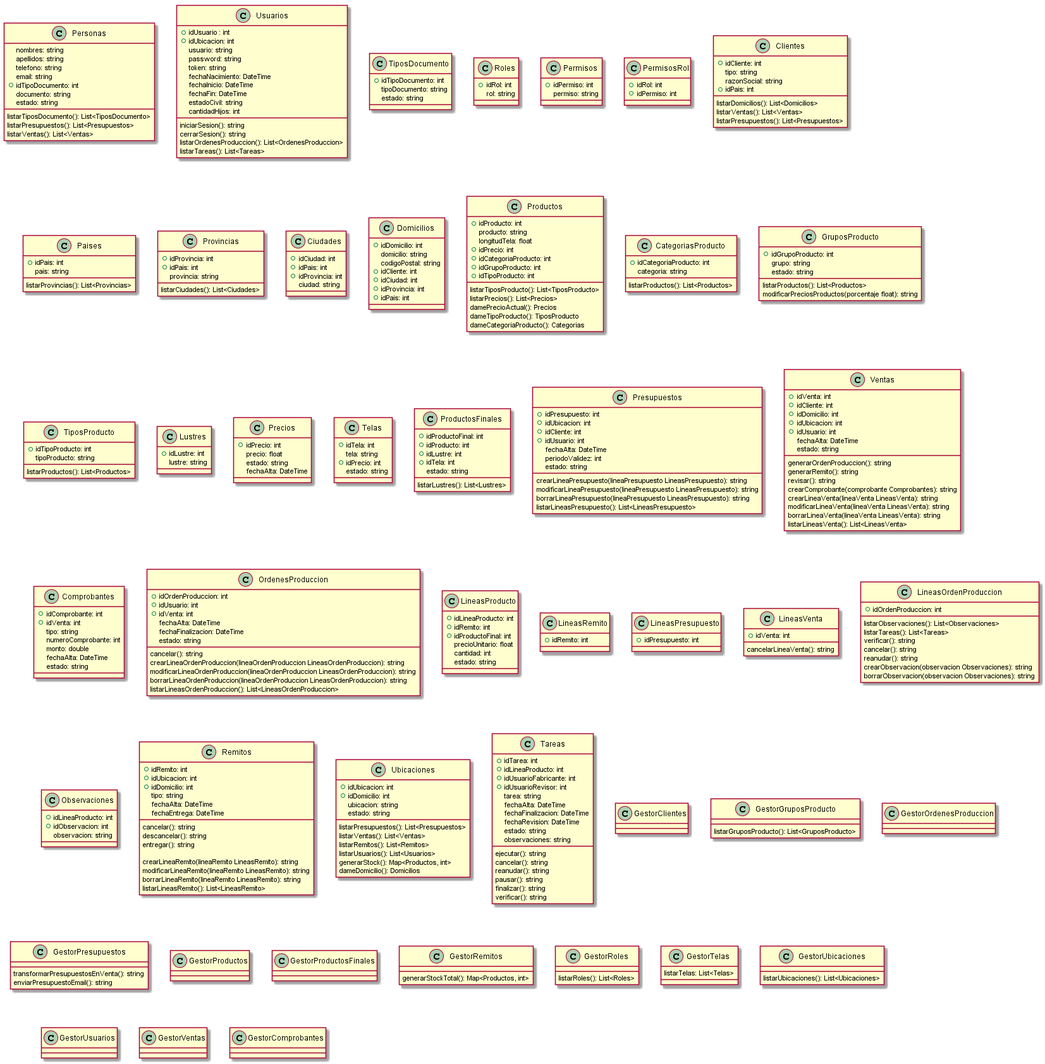
The PlantUML diagram Informe Final/Imagenes/DiagramaClases/Vistas/fichaTecnicaClases.png in ZMGestion/DocumentacionZMGestion, before a commit.
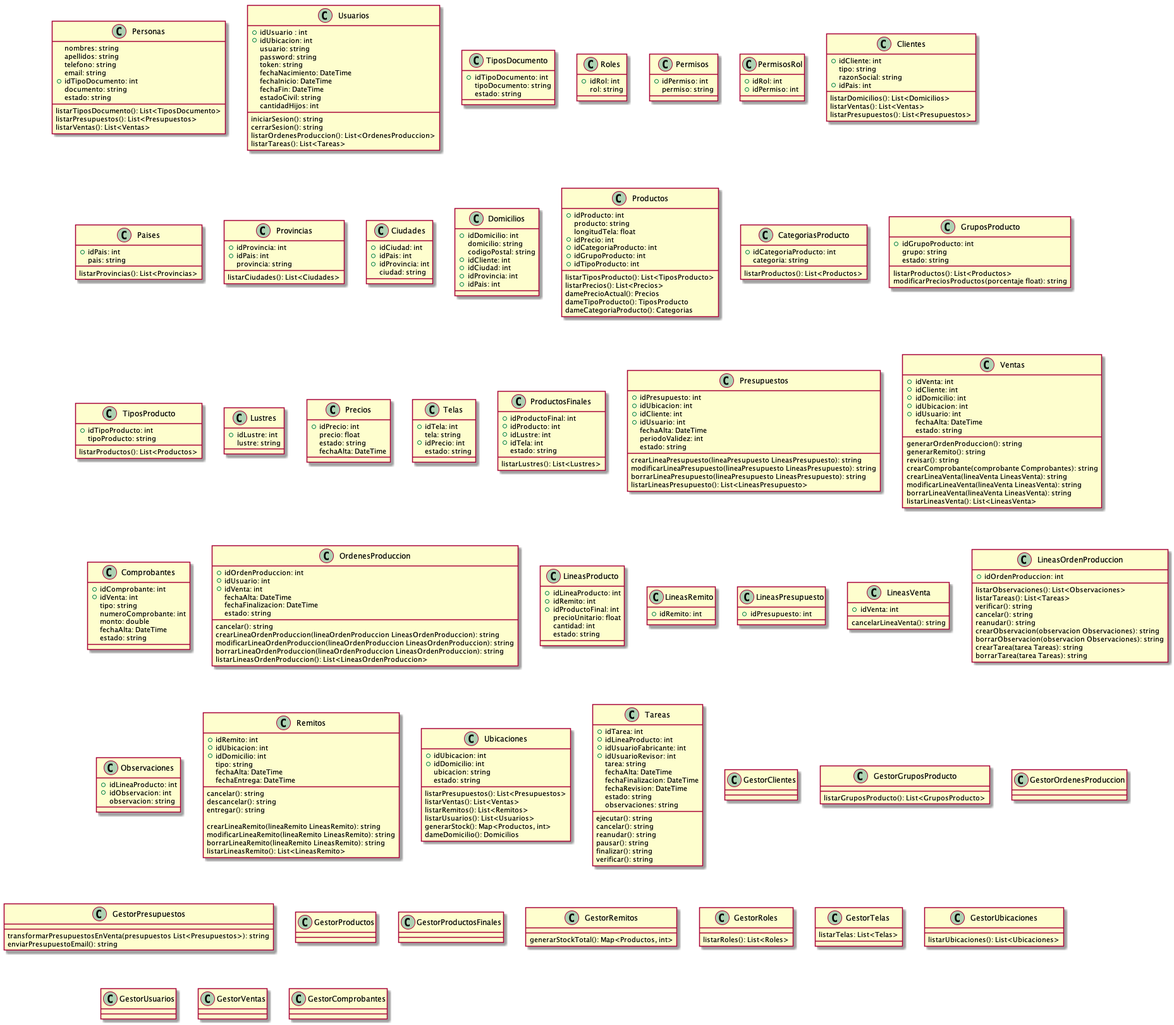
After the change.

Change to the diagram source:
```diff
@@ -228,6 +228,8 @@
     reanudar(): string
     crearObservacion(observacion Observaciones): string
     borrarObservacion(observacion Observaciones): string
+    crearTarea(tarea Tareas): string
+    borrarTarea(tarea Tareas): string
 }
 class Observaciones{
     +idLineaProducto: int
@@ -241,6 +243,7 @@
     tipo: string
     fechaAlta: DateTime
     fechaEntrega: DateTime
+
     cancelar(): string
     descancelar(): string
     entregar(): string
@@ -281,6 +284,7 @@
     pausar(): string
     finalizar(): string
     verificar(): string
+
 }
 class GestorClientes{
 
@@ -296,7 +300,7 @@
 
 
 class GestorPresupuestos{
-    transformarPresupuestosEnVenta(): string
+    transformarPresupuestosEnVenta(presupuestos List<Presupuestos>): string
     enviarPresupuestoEmail(): string
 }
 class GestorProductos{
```
